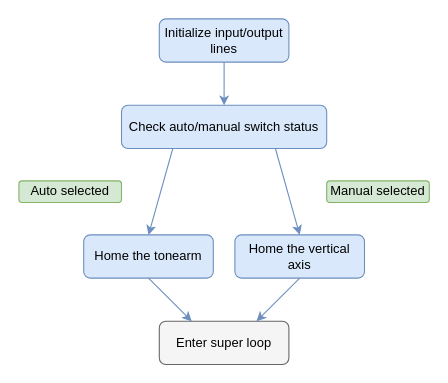
Before: Design/Software/Setup.drawio in pdnelson/Automatic-Record-Player, a draw.io diagram. Source tidied: cells renumbered, new cells numbered last; positions are measured from the earlier drawing's top-left corner, leaving out a move shared by most shapes. Both pictures are drawn from the tidied source at 108%, with x=0, y=0 at pixel (18, 18).
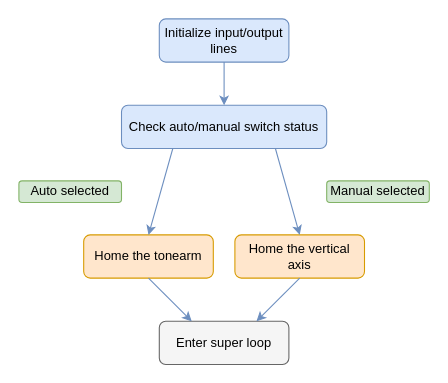
The same diagram, later.

Commit message:
updated setup flow diagram to be color coded

What changed in the source:
```diff
@@
 <mxGraphModel>
   <root>
     <mxCell id="0" />
     <mxCell id="1" parent="0" />
     <mxCell id="2" value="&lt;font color=&quot;#000000&quot;&gt;Initialize input/output lines&lt;/font&gt;" style="rounded=1;whiteSpace=wrap;html=1;fillColor=#dae8fc;strokeColor=#6c8ebf;" parent="1" vertex="1">
       <mxGeometry x="130" width="120" height="40" as="geometry" />
     </mxCell>
     <mxCell id="3" value="&lt;font color=&quot;#000000&quot;&gt;Check auto/manual switch status&lt;/font&gt;" style="rounded=1;whiteSpace=wrap;html=1;fillColor=#dae8fc;strokeColor=#6c8ebf;" parent="1" vertex="1">
       <mxGeometry x="95" y="80" width="190" height="40" as="geometry" />
     </mxCell>
-    <mxCell id="4" value="&lt;font color=&quot;#000000&quot;&gt;Home the tonearm&lt;/font&gt;" style="rounded=1;whiteSpace=wrap;html=1;fillColor=#dae8fc;strokeColor=#6c8ebf;" parent="1" vertex="1">
+    <mxCell id="4" value="&lt;font color=&quot;#000000&quot;&gt;Home the tonearm&lt;/font&gt;" style="rounded=1;whiteSpace=wrap;html=1;fillColor=#ffe6cc;strokeColor=#d79b00;" parent="1" vertex="1">
       <mxGeometry x="60" y="200" width="120" height="40" as="geometry" />
     </mxCell>
-    <mxCell id="5" value="&lt;font color=&quot;#000000&quot;&gt;Home the vertical axis&lt;/font&gt;" style="rounded=1;whiteSpace=wrap;html=1;fillColor=#dae8fc;strokeColor=#6c8ebf;" parent="1" vertex="1">
+    <mxCell id="5" value="&lt;font color=&quot;#000000&quot;&gt;Home the vertical axis&lt;/font&gt;" style="rounded=1;whiteSpace=wrap;html=1;fillColor=#ffe6cc;strokeColor=#d79b00;" parent="1" vertex="1">
       <mxGeometry x="200" y="200" width="120" height="40" as="geometry" />
     </mxCell>
     <mxCell id="6" style="endArrow=classic;html=1;fillColor=#dae8fc;strokeColor=#6c8ebf;exitX=0.75;exitY=1;exitDx=0;exitDy=0;entryX=0.5;entryY=0;entryDx=0;entryDy=0;" parent="1" edge="1" source="3" target="5">
       <mxGeometry relative="1" as="geometry" />
     </mxCell>
     <mxCell id="7" style="endArrow=classic;html=1;fillColor=#dae8fc;strokeColor=#6c8ebf;exitX=0.25;exitY=1;exitDx=0;exitDy=0;entryX=0.5;entryY=0;entryDx=0;entryDy=0;" parent="1" edge="1" source="3" target="4">
       <mxGeometry relative="1" as="geometry" />
     </mxCell>
     <mxCell id="8" style="endArrow=classic;html=1;fillColor=#dae8fc;strokeColor=#6c8ebf;exitX=0.5;exitY=1;exitDx=0;exitDy=0;entryX=0.5;entryY=0;entryDx=0;entryDy=0;" parent="1" edge="1" source="2" target="3">
       <mxGeometry relative="1" as="geometry" />
     </mxCell>
     <mxCell id="9" value="&lt;font color=&quot;#000000&quot;&gt;Manual selected&lt;/font&gt;" style="rounded=1;whiteSpace=wrap;html=1;fillColor=#d5e8d4;strokeColor=#82b366;" parent="1" vertex="1">
       <mxGeometry x="285" y="150" width="95" height="20" as="geometry" />
     </mxCell>
     <mxCell id="10" value="&lt;font color=&quot;#000000&quot;&gt;Auto selected&lt;/font&gt;" style="rounded=1;whiteSpace=wrap;html=1;fillColor=#d5e8d4;strokeColor=#82b366;" parent="1" vertex="1">
       <mxGeometry y="150" width="95" height="20" as="geometry" />
     </mxCell>
     <mxCell id="11" value="&lt;font color=&quot;#000000&quot;&gt;Enter super loop&lt;/font&gt;" style="rounded=1;whiteSpace=wrap;html=1;fillColor=#f5f5f5;strokeColor=#666666;fontColor=#333333;" parent="1" vertex="1">
       <mxGeometry x="130" y="280" width="120" height="40" as="geometry" />
     </mxCell>
     <mxCell id="12" style="endArrow=classic;html=1;fillColor=#dae8fc;strokeColor=#6c8ebf;exitX=0.5;exitY=1;exitDx=0;exitDy=0;entryX=0.25;entryY=0;entryDx=0;entryDy=0;" parent="1" edge="1" source="4" target="11">
       <mxGeometry relative="1" as="geometry" />
     </mxCell>
     <mxCell id="13" style="endArrow=classic;html=1;fillColor=#dae8fc;strokeColor=#6c8ebf;exitX=0.5;exitY=1;exitDx=0;exitDy=0;entryX=0.75;entryY=0;entryDx=0;entryDy=0;" parent="1" edge="1" source="5" target="11">
       <mxGeometry relative="1" as="geometry" />
     </mxCell>
   </root>
 </mxGraphModel>
```
